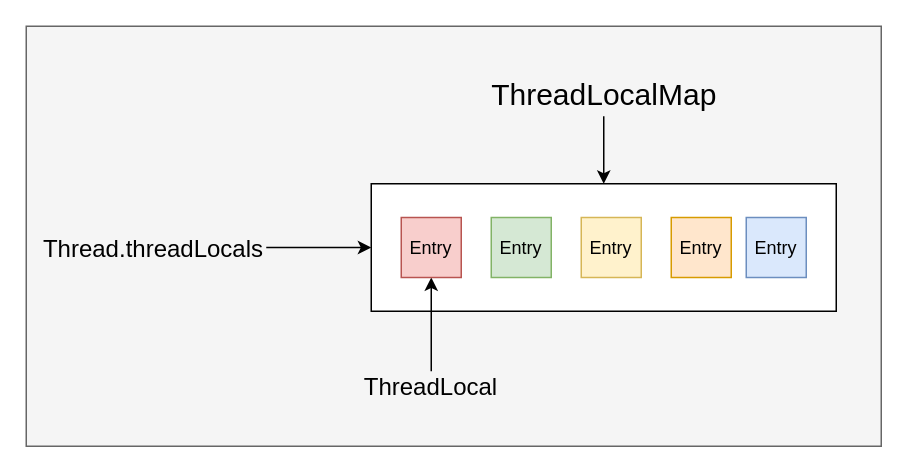
xxm-sz/dio keeps this draw.io diagram as threadlocal.drawio. Above is the earlier version. Source tidied: cells renumbered, new cells numbered last; positions are measured from the earlier drawing's top-left corner, leaving out a move shared by most shapes. Both pictures are drawn from the tidied source at 150%, with x=0, y=0 at pixel (26, 26).
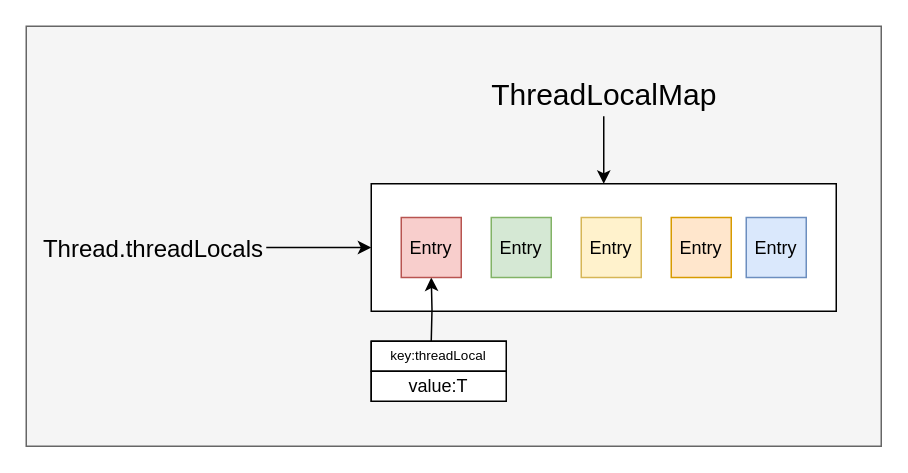
Above is the later version.

What changed in the source:
```diff
@@
 <mxGraphModel>
   <root>
     <mxCell id="0" />
     <mxCell id="1" parent="0" />
     <mxCell id="2" style="rounded=0;whiteSpace=wrap;html=1;fillColor=#f5f5f5;fontSize=16;fontColor=#333333;strokeColor=#666666;" parent="1" vertex="1">
       <mxGeometry width="570" height="280" as="geometry" />
     </mxCell>
     <mxCell id="3" style="edgeStyle=orthogonalEdgeStyle;rounded=0;jettySize=auto;html=1;entryX=0;entryY=0.5;entryDx=0;entryDy=0;" parent="1" edge="1" source="4" target="5">
       <mxGeometry relative="1" as="geometry" />
     </mxCell>
     <mxCell id="4" value="&lt;font style=&quot;font-size: 16px&quot;&gt;Thread.threadLocals&lt;/font&gt;" style="text;html=1;strokeColor=none;fillColor=none;align=center;verticalAlign=middle;whiteSpace=wrap;rounded=0;" parent="1" vertex="1">
       <mxGeometry x="10" y="132.5" width="150" height="30" as="geometry" />
     </mxCell>
     <mxCell id="5" style="rounded=0;whiteSpace=wrap;html=1;" parent="1" vertex="1">
       <mxGeometry x="230" y="105" width="310" height="85" as="geometry" />
     </mxCell>
     <mxCell id="6" style="edgeStyle=orthogonalEdgeStyle;rounded=0;jettySize=auto;html=1;fontSize=20;" parent="1" edge="1" source="7" target="5">
       <mxGeometry relative="1" as="geometry" />
     </mxCell>
     <mxCell id="7" value="ThreadLocalMap" style="text;html=1;align=center;verticalAlign=middle;points=[];fontSize=20;" parent="1" vertex="1">
       <mxGeometry x="300" y="30" width="170" height="30" as="geometry" />
     </mxCell>
-    <mxCell id="8" style="edgeStyle=orthogonalEdgeStyle;rounded=0;jettySize=auto;html=1;entryX=0.5;entryY=1;entryDx=0;entryDy=0;fontSize=16;fontColor=#000000;" parent="1" edge="1" source="9" target="11">
-      <mxGeometry relative="1" as="geometry" />
+    <mxCell id="8" style="edgeStyle=orthogonalEdgeStyle;rounded=0;jettySize=auto;html=1;entryX=0.5;entryY=1;entryDx=0;entryDy=0;fontSize=16;fontColor=#000000;" parent="1" edge="1" target="11">
+      <mxGeometry relative="1" as="geometry">
+        <mxPoint x="270" y="210" as="sourcePoint" />
+      </mxGeometry>
     </mxCell>
-    <mxCell id="9" value="ThreadLocal" style="text;html=1;strokeColor=none;fillColor=none;align=center;verticalAlign=middle;whiteSpace=wrap;rounded=0;fontSize=16;fontColor=#000000;" parent="1" vertex="1">
-      <mxGeometry x="207" y="230" width="126" height="20" as="geometry" />
-    </mxCell>
     <mxCell id="10" style="group;" parent="1" vertex="1">
       <mxGeometry x="250" y="127.5" width="270" height="40" as="geometry" />
     </mxCell>
     <mxCell id="11" value="Entry" style="rounded=0;whiteSpace=wrap;html=1;fillColor=#f8cecc;strokeColor=#b85450;" parent="10" vertex="1">
       <mxGeometry width="40" height="40" as="geometry" />
     </mxCell>
     <mxCell id="12" value="&lt;span&gt;Entry&lt;/span&gt;" style="rounded=0;whiteSpace=wrap;html=1;fillColor=#d5e8d4;strokeColor=#82b366;" parent="10" vertex="1">
       <mxGeometry x="60" width="40" height="40" as="geometry" />
     </mxCell>
     <mxCell id="13" value="&lt;span&gt;Entry&lt;/span&gt;" style="rounded=0;whiteSpace=wrap;html=1;fillColor=#fff2cc;strokeColor=#d6b656;" parent="10" vertex="1">
       <mxGeometry x="120" width="40" height="40" as="geometry" />
     </mxCell>
     <mxCell id="14" value="&lt;span&gt;Entry&lt;/span&gt;" style="rounded=0;whiteSpace=wrap;html=1;fillColor=#ffe6cc;strokeColor=#d79b00;" parent="10" vertex="1">
       <mxGeometry x="180" width="40" height="40" as="geometry" />
     </mxCell>
     <mxCell id="15" value="&lt;span&gt;Entry&lt;/span&gt;" style="rounded=0;whiteSpace=wrap;html=1;fillColor=#dae8fc;strokeColor=#6c8ebf;" parent="10" vertex="1">
       <mxGeometry x="230" width="40" height="40" as="geometry" />
     </mxCell>
+    <mxCell id="16" style="rounded=0;whiteSpace=wrap;html=1;" parent="1" vertex="1">
+      <mxGeometry x="230" y="210" width="90" height="40" as="geometry" />
+    </mxCell>
+    <mxCell id="17" value="&lt;font style=&quot;font-size: 9px;&quot;&gt;key:threadLocal&lt;/font&gt;" style="rounded=0;whiteSpace=wrap;html=1;fontSize=9;" parent="1" vertex="1">
+      <mxGeometry x="230" y="210" width="90" height="20" as="geometry" />
+    </mxCell>
+    <mxCell id="18" value="value:T" style="rounded=0;whiteSpace=wrap;html=1;" parent="1" vertex="1">
+      <mxGeometry x="230" y="230" width="90" height="20" as="geometry" />
+    </mxCell>
   </root>
 </mxGraphModel>
```
